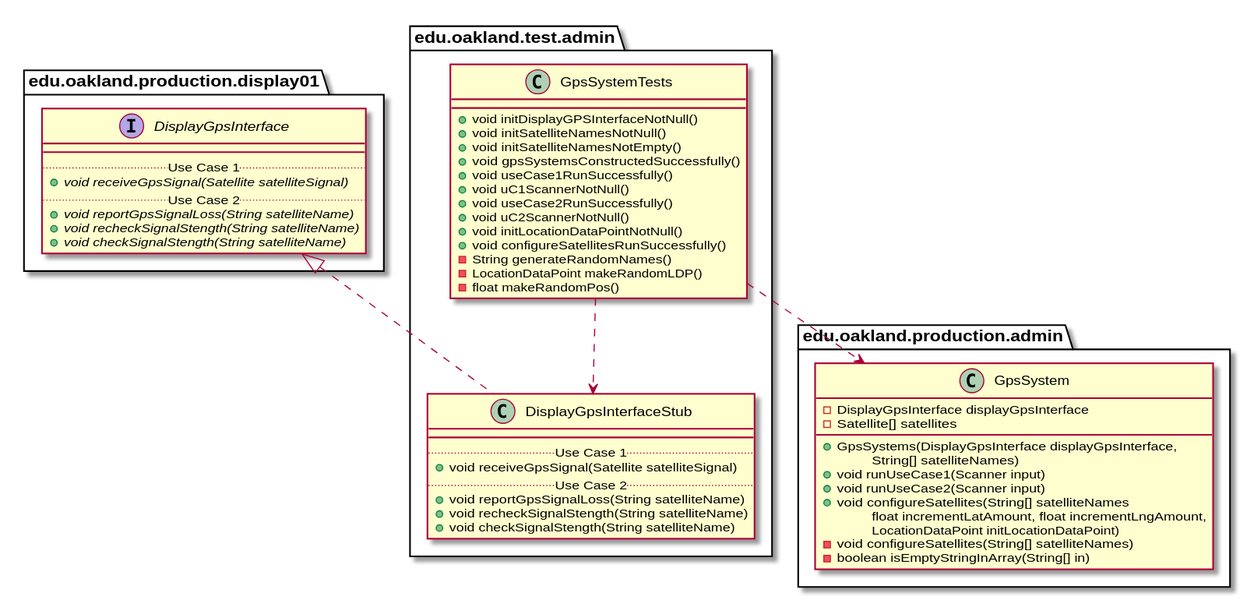
Before: docs/uml-class-diagrams/admin/test/GpsSystemTests/GpsSystemTests_Closure.svg, a diagram exported from PlantUML (andrewdimmer/csi-3370-software-project).
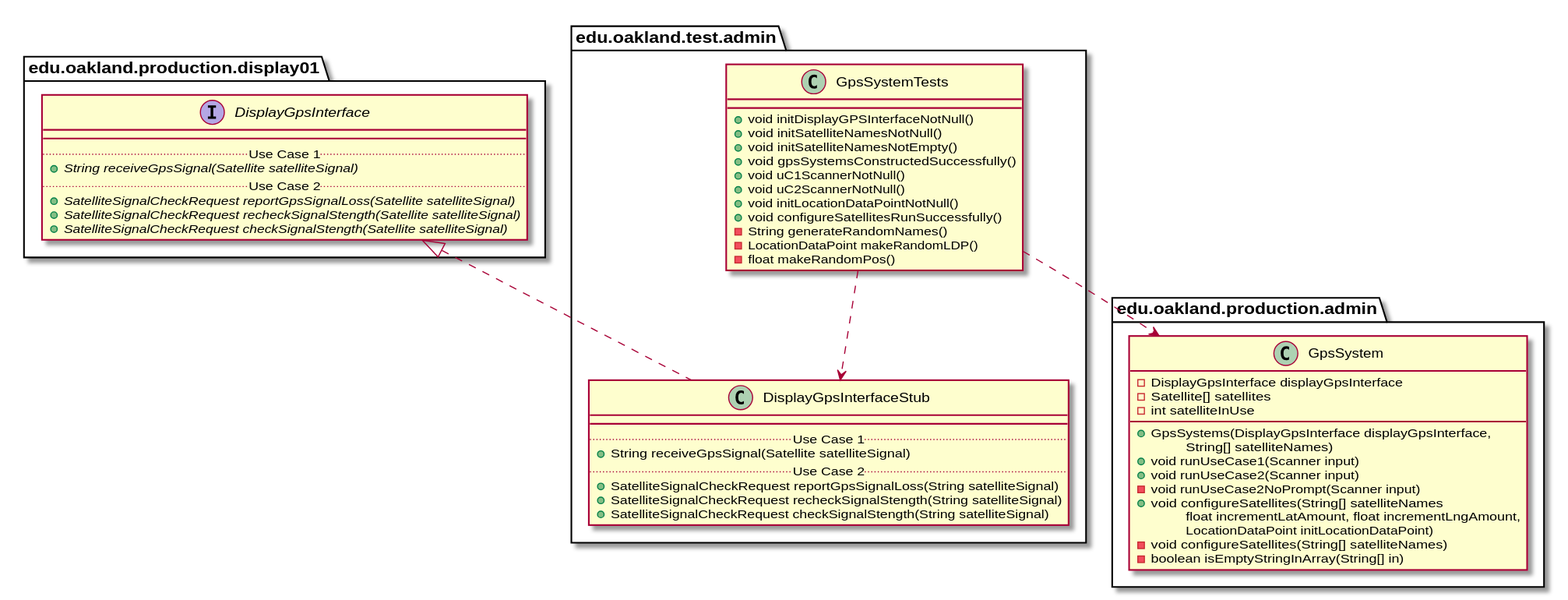
Above is the later version.

Diff of the diagram source:
```diff
@@ -7,9 +7,7 @@
         + void initSatelliteNamesNotNull()
         + void initSatelliteNamesNotEmpty()
         + void gpsSystemsConstructedSuccessfully()
-        + void useCase1RunSuccessfully()
         + void uC1ScannerNotNull()
-        + void useCase2RunSuccessfully()
         + void uC2ScannerNotNull()
         + void initLocationDataPointNotNull()
         + void configureSatellitesRunSuccessfully()
@@ -26,11 +24,11 @@
     class DisplayGpsInterfaceStub {
         __
         .. Use Case 1 ..
-        + void receiveGpsSignal(Satellite satelliteSignal)
+        + String receiveGpsSignal(Satellite satelliteSignal)
         .. Use Case 2 ..
-        + void reportGpsSignalLoss(String satelliteName)
-        + void recheckSignalStength(String satelliteName)
-        + void checkSignalStength(String satelliteName)
+        + SatelliteSignalCheckRequest reportGpsSignalLoss(String satelliteSignal)
+        + SatelliteSignalCheckRequest recheckSignalStength(String satelliteSignal)
+        + SatelliteSignalCheckRequest checkSignalStength(String satelliteSignal)
     }
 }
 
@@ -43,11 +41,11 @@
     interface DisplayGpsInterface {
         __
         .. Use Case 1 ..
-        {abstract} + void receiveGpsSignal(Satellite satelliteSignal)
+        {abstract} + String receiveGpsSignal(Satellite satelliteSignal)
         .. Use Case 2 ..
-        {abstract} + void reportGpsSignalLoss(String satelliteName)
-        {abstract} + void recheckSignalStength(String satelliteName)
-        {abstract} + void checkSignalStength(String satelliteName)
+        {abstract} + SatelliteSignalCheckRequest reportGpsSignalLoss(Satellite satelliteSignal)
+        {abstract} + SatelliteSignalCheckRequest recheckSignalStength(Satellite satelliteSignal)
+        {abstract} + SatelliteSignalCheckRequest checkSignalStength(Satellite satelliteSignal)
     }
 }
 
@@ -66,11 +64,13 @@
     class GpsSystem {
         - DisplayGpsInterface displayGpsInterface
         - Satellite[] satellites
+        - int satelliteInUse
         __
         + GpsSystems(DisplayGpsInterface displayGpsInterface,
         \tString[] satelliteNames)
         + void runUseCase1(Scanner input)
         + void runUseCase2(Scanner input)
+        - void runUseCase2NoPrompt(Scanner input)
         + void configureSatellites(String[] satelliteNames
         \tfloat incrementLatAmount, float incrementLngAmount,
         \tLocationDataPoint initLocationDataPoint)
```
